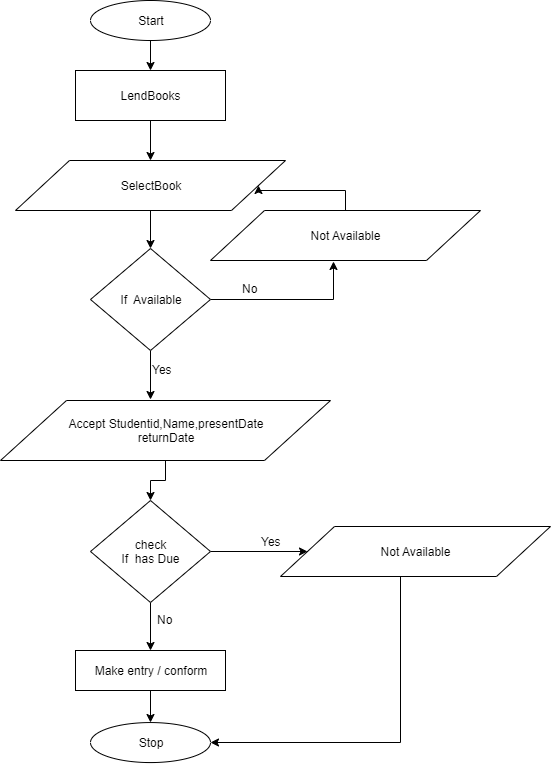
This is LibraryMngmntLendBooksUseCase.png from imads33/week1, a draw.io export, as it was before one commit. Source tidied: cells renumbered, new cells last; positions are measured from the earlier drawing's top-left corner, leaving out a move shared by most shapes. Source of this version:
```xml
<mxGraphModel>
  <root>
    <mxCell id="0" />
    <mxCell id="1" parent="0" />
    <mxCell id="2" style="edgeStyle=orthogonalEdgeStyle;rounded=0;jettySize=auto;html=1;" parent="1" edge="1" source="3" target="9">
      <mxGeometry relative="1" as="geometry" />
    </mxCell>
    <mxCell id="3" value="Start" style="ellipse;whiteSpace=wrap;html=1;" parent="1" vertex="1">
      <mxGeometry x="90" width="120" height="40" as="geometry" />
    </mxCell>
    <mxCell id="4" value="Stop" style="ellipse;whiteSpace=wrap;html=1;direction=west;" parent="1" vertex="1">
      <mxGeometry x="90" y="722.1" width="120" height="40" as="geometry" />
    </mxCell>
    <mxCell id="5" style="edgeStyle=orthogonalEdgeStyle;rounded=0;jettySize=auto;html=1;entryX=0.455;entryY=-0.023;entryDx=0;entryDy=0;entryPerimeter=0;" parent="1" edge="1" source="7" target="16">
      <mxGeometry relative="1" as="geometry" />
    </mxCell>
    <mxCell id="6" style="edgeStyle=orthogonalEdgeStyle;rounded=0;jettySize=auto;html=1;entryX=0.456;entryY=1.02;entryDx=0;entryDy=0;entryPerimeter=0;exitX=1;exitY=0.5;exitDx=0;exitDy=0;" parent="1" edge="1" source="7" target="22">
      <mxGeometry relative="1" as="geometry" />
    </mxCell>
    <mxCell id="7" value="If&amp;nbsp; Available" style="rhombus;whiteSpace=wrap;html=1;" parent="1" vertex="1">
      <mxGeometry x="90" y="248" width="120" height="102" as="geometry" />
    </mxCell>
    <mxCell id="8" style="edgeStyle=orthogonalEdgeStyle;rounded=0;jettySize=auto;html=1;entryX=0.5;entryY=0;entryDx=0;entryDy=0;" parent="1" edge="1" source="9" target="18">
      <mxGeometry relative="1" as="geometry" />
    </mxCell>
    <mxCell id="9" value="LendBooks" style="rounded=0;whiteSpace=wrap;html=1;" parent="1" vertex="1">
      <mxGeometry x="75" y="70" width="150" height="50" as="geometry" />
    </mxCell>
    <mxCell id="10" style="edgeStyle=orthogonalEdgeStyle;rounded=0;jettySize=auto;html=1;entryX=1;entryY=0.5;entryDx=0;entryDy=0;" parent="1" edge="1" target="x">
      <mxGeometry relative="1" as="geometry">
        <mxPoint x="90" y="441" as="sourcePoint" />
      </mxGeometry>
    </mxCell>
    <mxCell id="11" style="edgeStyle=orthogonalEdgeStyle;rounded=0;jettySize=auto;html=1;entryX=0.5;entryY=1;entryDx=0;entryDy=0;" parent="1" edge="1" source="12" target="4">
      <mxGeometry relative="1" as="geometry" />
    </mxCell>
    <mxCell id="12" value="Make entry / conform" style="rounded=0;whiteSpace=wrap;html=1;" parent="1" vertex="1">
      <mxGeometry x="75" y="650" width="150" height="40" as="geometry" />
    </mxCell>
    <mxCell id="13" style="edgeStyle=orthogonalEdgeStyle;rounded=0;jettySize=auto;html=1;" parent="1" edge="1" source="x">
      <mxGeometry relative="1" as="geometry">
        <mxPoint x="419.7" y="310.2" as="targetPoint" />
      </mxGeometry>
    </mxCell>
    <mxCell id="14" style="edgeStyle=orthogonalEdgeStyle;rounded=0;jettySize=auto;html=1;" parent="1" edge="1" source="x">
      <mxGeometry relative="1" as="geometry">
        <mxPoint x="419.7" y="440.2" as="targetPoint" />
      </mxGeometry>
    </mxCell>
    <mxCell id="15" style="edgeStyle=orthogonalEdgeStyle;rounded=0;jettySize=auto;html=1;entryX=0.5;entryY=0;entryDx=0;entryDy=0;" parent="1" edge="1" source="16" target="25">
      <mxGeometry relative="1" as="geometry" />
    </mxCell>
    <mxCell id="16" value="Accept Studentid,Name,presentDate&lt;br&gt;returnDate" style="shape=parallelogram;perimeter=parallelogramPerimeter;whiteSpace=wrap;html=1;" parent="1" vertex="1">
      <mxGeometry y="400" width="330" height="60" as="geometry" />
    </mxCell>
    <mxCell id="17" style="edgeStyle=orthogonalEdgeStyle;rounded=0;jettySize=auto;html=1;entryX=0.5;entryY=0;entryDx=0;entryDy=0;" parent="1" edge="1" source="18" target="7">
      <mxGeometry relative="1" as="geometry" />
    </mxCell>
    <mxCell id="18" value="SelectBook" style="shape=parallelogram;perimeter=parallelogramPerimeter;whiteSpace=wrap;html=1;" parent="1" vertex="1">
      <mxGeometry x="15" y="160" width="270" height="50" as="geometry" />
    </mxCell>
    <mxCell id="19" value="Yes" style="text;html=1;align=left;verticalAlign=top;spacingTop=-4;" parent="1" vertex="1">
      <mxGeometry x="150" y="360" width="40" height="20" as="geometry" />
    </mxCell>
    <mxCell id="20" value="No" style="text;html=1;align=left;verticalAlign=top;spacingTop=-4;" parent="1" vertex="1">
      <mxGeometry x="240" y="279" width="30" height="20" as="geometry" />
    </mxCell>
    <mxCell id="21" style="edgeStyle=orthogonalEdgeStyle;rounded=0;jettySize=auto;html=1;entryX=1;entryY=0.5;entryDx=0;entryDy=0;" parent="1" edge="1" source="22" target="18">
      <mxGeometry relative="1" as="geometry" />
    </mxCell>
    <mxCell id="22" value="Not Available" style="shape=parallelogram;perimeter=parallelogramPerimeter;whiteSpace=wrap;html=1;" parent="1" vertex="1">
      <mxGeometry x="210" y="210" width="270" height="50" as="geometry" />
    </mxCell>
    <mxCell id="23" style="edgeStyle=orthogonalEdgeStyle;rounded=0;jettySize=auto;html=1;entryX=0.5;entryY=0;entryDx=0;entryDy=0;" parent="1" edge="1" source="25" target="12">
      <mxGeometry relative="1" as="geometry" />
    </mxCell>
    <mxCell id="24" style="edgeStyle=orthogonalEdgeStyle;rounded=0;jettySize=auto;html=1;entryX=0;entryY=0.5;entryDx=0;entryDy=0;" parent="1" edge="1" source="25" target="28">
      <mxGeometry relative="1" as="geometry" />
    </mxCell>
    <mxCell id="25" value="check&lt;br&gt;If&amp;nbsp; has Due" style="rhombus;whiteSpace=wrap;html=1;" parent="1" vertex="1">
      <mxGeometry x="90" y="500" width="120" height="102" as="geometry" />
    </mxCell>
    <mxCell id="26" value="No" style="text;html=1;align=left;verticalAlign=top;spacingTop=-4;" parent="1" vertex="1">
      <mxGeometry x="155" y="610" width="30" height="20" as="geometry" />
    </mxCell>
    <mxCell id="27" style="edgeStyle=orthogonalEdgeStyle;rounded=0;jettySize=auto;html=1;entryX=0;entryY=0.5;entryDx=0;entryDy=0;" parent="1" edge="1" source="28" target="4">
      <mxGeometry relative="1" as="geometry">
        <Array as="points">
          <mxPoint x="400" y="742" />
        </Array>
      </mxGeometry>
    </mxCell>
    <mxCell id="28" value="Not Available" style="shape=parallelogram;perimeter=parallelogramPerimeter;whiteSpace=wrap;html=1;" parent="1" vertex="1">
      <mxGeometry x="280" y="526" width="270" height="50" as="geometry" />
    </mxCell>
    <mxCell id="29" value="Yes" style="text;html=1;align=left;verticalAlign=top;spacingTop=-4;" parent="1" vertex="1">
      <mxGeometry x="259" y="532" width="40" height="20" as="geometry" />
    </mxCell>
  </root>
</mxGraphModel>
```
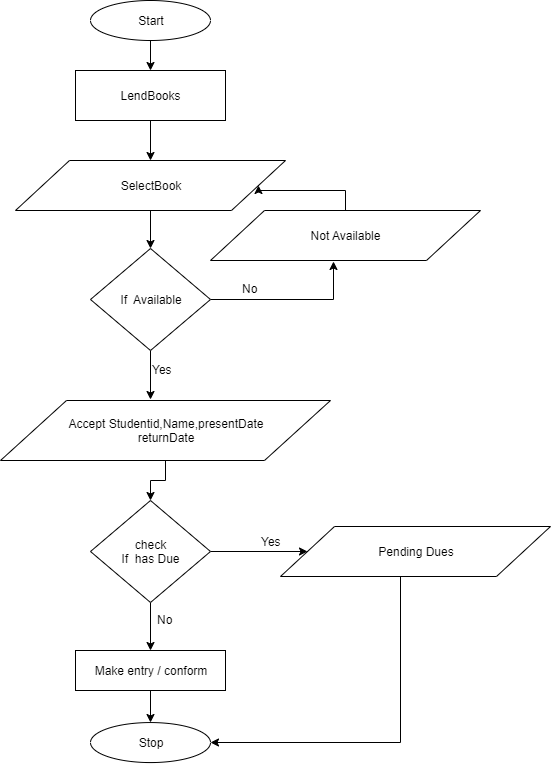
The same file after the commit.

Commit message:
LibraryMngmnt LendingBooks Use Case

What changed in the source:
```diff
@@ -90,7 +90,7 @@
         </Array>
       </mxGeometry>
     </mxCell>
-    <mxCell id="28" value="Not Available" style="shape=parallelogram;perimeter=parallelogramPerimeter;whiteSpace=wrap;html=1;" parent="1" vertex="1">
+    <mxCell id="28" value="Pending Dues" style="shape=parallelogram;perimeter=parallelogramPerimeter;whiteSpace=wrap;html=1;" parent="1" vertex="1">
       <mxGeometry x="280" y="526" width="270" height="50" as="geometry" />
     </mxCell>
     <mxCell id="29" value="Yes" style="text;html=1;align=left;verticalAlign=top;spacingTop=-4;" parent="1" vertex="1">
```
